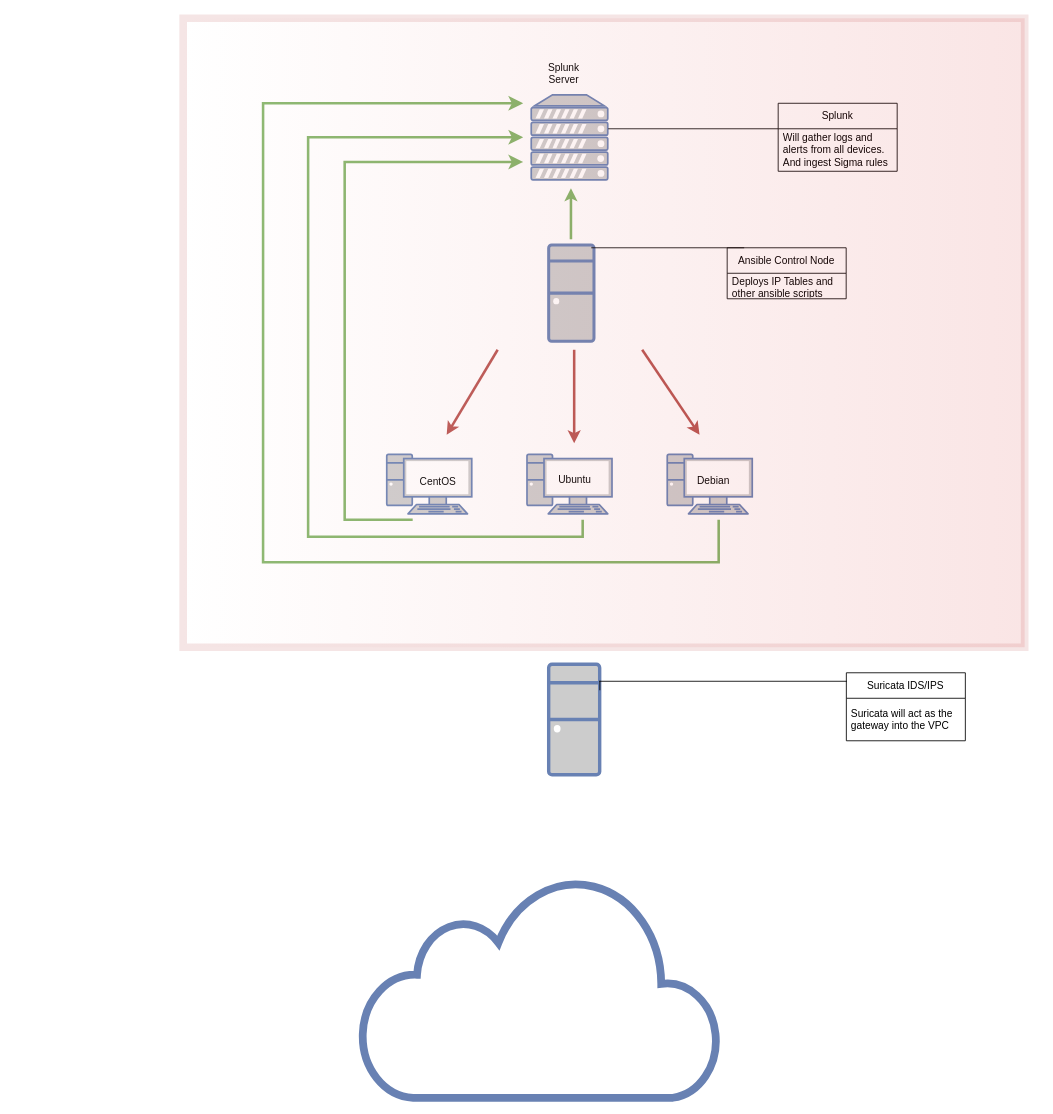
datboyblu3/TrainingGrounds keeps this draw.io diagram as Lab Diagram.drawio. Above is the earlier version. Source tidied: cells renumbered, new cells numbered last; positions are measured from the earlier drawing's top-left corner, leaving out a move shared by most shapes. Both pictures are drawn from the tidied source at 85%, with x=0, y=0 at pixel (183, 18).
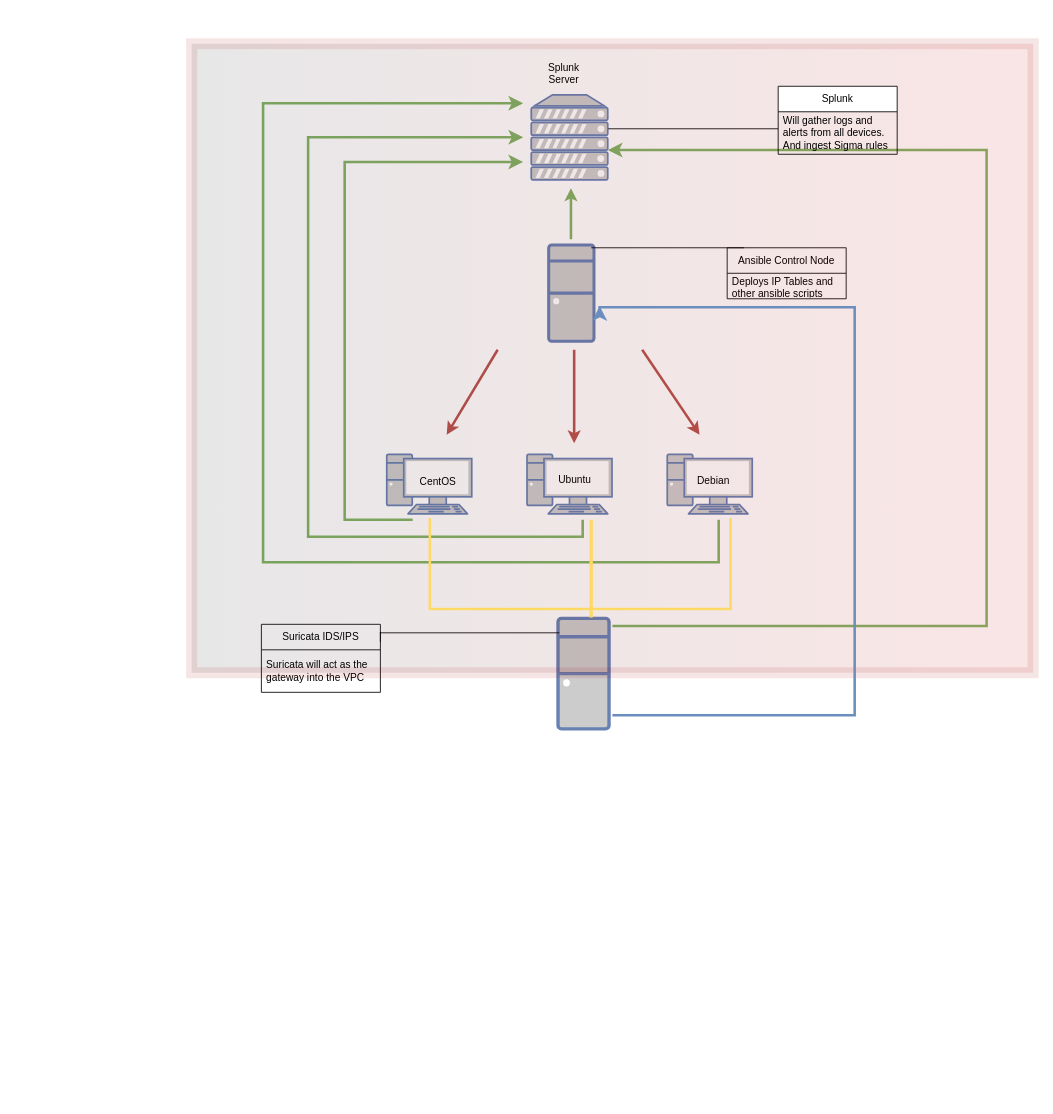
The same page after the edit.

The change refers to these unchanged cells:
```xml
<mxCell id="9" style="fontColor=#0066CC;verticalAlign=top;verticalLabelPosition=bottom;labelPosition=center;align=center;html=1;outlineConnect=0;fillColor=#CCCCCC;strokeColor=#6881B3;gradientColor=none;gradientDirection=north;strokeWidth=2;shape=mxgraph.networks.server;" parent="1" vertex="1">
  <mxGeometry x="409.5" y="90" width="90" height="100" as="geometry" />
</mxCell>
```

The edit, as a diff of the source:
```diff
@@
-    <mxCell id="2" style="group;" parent="1" vertex="1">
-      <mxGeometry x="239.5" y="513" width="430" height="70" as="geometry" />
-    </mxCell>
-    <mxCell id="3" style="fontColor=#0066CC;verticalAlign=top;verticalLabelPosition=bottom;labelPosition=center;align=center;html=1;fillColor=#CCCCCC;strokeColor=#6881B3;gradientColor=none;gradientDirection=north;strokeWidth=2;shape=mxgraph.networks.pc;" parent="2" vertex="1">
-      <mxGeometry width="100" height="70" as="geometry" />
-    </mxCell>
-    <mxCell id="4" style="fontColor=#0066CC;verticalAlign=top;verticalLabelPosition=bottom;labelPosition=center;align=center;html=1;fillColor=#CCCCCC;strokeColor=#6881B3;gradientColor=none;gradientDirection=north;strokeWidth=2;shape=mxgraph.networks.pc;" parent="2" vertex="1">
-      <mxGeometry x="330" width="100" height="70" as="geometry" />
-    </mxCell>
-    <mxCell id="5" style="fontColor=#0066CC;verticalAlign=top;verticalLabelPosition=bottom;labelPosition=center;align=center;html=1;fillColor=#CCCCCC;strokeColor=#6881B3;gradientColor=none;gradientDirection=north;strokeWidth=2;shape=mxgraph.networks.pc;" parent="2" vertex="1">
-      <mxGeometry x="165" width="100" height="70" as="geometry" />
-    </mxCell>
-    <mxCell id="6" value="CentOS" style="text;strokeColor=none;align=center;fillColor=none;html=1;verticalAlign=middle;whiteSpace=wrap;rounded=0;fontColor=#000000;" parent="2" vertex="1">
-      <mxGeometry x="30" y="17" width="60" height="30" as="geometry" />
-    </mxCell>
-    <mxCell id="7" value="Ubuntu" style="text;strokeColor=none;align=center;fillColor=none;html=1;verticalAlign=middle;whiteSpace=wrap;rounded=0;fontColor=#000000;" parent="2" vertex="1">
-      <mxGeometry x="191.5" y="15" width="60" height="30" as="geometry" />
-    </mxCell>
-    <mxCell id="8" value="Debian" style="text;strokeColor=none;align=center;fillColor=none;html=1;verticalAlign=middle;whiteSpace=wrap;rounded=0;fontColor=#000000;" parent="2" vertex="1">
-      <mxGeometry x="354" y="16" width="60" height="30" as="geometry" />
-    </mxCell>
@@
-    <mxCell id="17" value="Splunk" style="swimlane;fontStyle=0;horizontal=1;startSize=30;whiteSpace=wrap;html=1;" parent="1" vertex="1">
-      <mxGeometry x="700" y="100" width="140" height="80" as="geometry" />
-    </mxCell>
-    <mxCell id="18" value="Will gather logs and alerts from all devices. And ingest Sigma rules" style="text;strokeColor=none;fillColor=none;align=left;verticalAlign=middle;spacingLeft=4;spacingRight=4;overflow=hidden;whiteSpace=wrap;html=1;" parent="17" vertex="1">
-      <mxGeometry y="30" width="140" height="50" as="geometry" />
-    </mxCell>
@@
-    <mxCell id="21" style="html=1;fillColor=#FFFFFF;strokeColor=#6881B3;gradientColor=none;gradientDirection=north;strokeWidth=2;shape=mxgraph.networks.cloud;fontColor=#ffffff;shadow=0;" parent="1" vertex="1">
-      <mxGeometry x="210" y="1010" width="420" height="260" as="geometry" />
-    </mxCell>
@@
-    <mxCell id="28" style="group;" parent="1" vertex="1">
-      <mxGeometry x="430" y="760" width="490.2" height="130" as="geometry" />
-    </mxCell>
-    <mxCell id="29" style="fontColor=#0066CC;verticalAlign=top;verticalLabelPosition=bottom;labelPosition=center;align=center;html=1;fillColor=#CCCCCC;strokeColor=#6881B3;gradientColor=none;gradientDirection=north;strokeWidth=2;shape=mxgraph.networks.desktop_pc;shadow=0;" parent="28" vertex="1">
-      <mxGeometry width="60" height="130" as="geometry" />
+    <mxCell id="29" style="fontColor=#0066CC;verticalAlign=top;verticalLabelPosition=bottom;labelPosition=center;align=center;html=1;fillColor=#CCCCCC;strokeColor=#6881B3;gradientColor=none;gradientDirection=north;strokeWidth=2;shape=mxgraph.networks.desktop_pc;shadow=0;" parent="1" vertex="1">
+      <mxGeometry x="441" y="706" width="60" height="130" as="geometry" />
     </mxCell>
+    <mxCell id="35" style="edgeStyle=segmentEdgeStyle;endArrow=classic;html=1;curved=0;rounded=0;endSize=8;startSize=8;fillColor=#d5e8d4;strokeColor=#82b366;strokeWidth=3;" parent="1" edge="1" target="9">
+      <mxGeometry relative="1" as="geometry">
+        <mxPoint x="505" y="715" as="sourcePoint" />
+        <Array as="points">
+          <mxPoint x="945.2" y="715" />
+          <mxPoint x="945.2" y="155" />
+        </Array>
+      </mxGeometry>
+    </mxCell>
+    <mxCell id="36" style="group;" parent="1" vertex="1">
+      <mxGeometry x="-198" y="713" width="640" height="90" as="geometry" />
+    </mxCell>
-    <mxCell id="30" style="group;" parent="28" vertex="1">
-      <mxGeometry x="60.2" y="10" width="430" height="90" as="geometry" />
+    <mxCell id="30" style="group;" parent="36" vertex="1">
+      <mxGeometry width="430" height="90" as="geometry" />
     </mxCell>
@@
-    <mxCell id="33" style="shape=partialRectangle;whiteSpace=wrap;html=1;bottom=0;right=0;fillColor=none;fontColor=#000000;" parent="30" vertex="1">
-      <mxGeometry y="10" width="290" height="10" as="geometry" />
+    <mxCell id="33" style="shape=partialRectangle;whiteSpace=wrap;html=1;bottom=0;right=0;fillColor=none;fontColor=#000000;" parent="36" vertex="1">
+      <mxGeometry x="430" y="10" width="210" height="10" as="geometry" />
     </mxCell>
+    <mxCell id="3" style="fontColor=#0066CC;verticalAlign=top;verticalLabelPosition=bottom;labelPosition=center;align=center;html=1;fillColor=#CCCCCC;strokeColor=#6881B3;gradientColor=none;gradientDirection=north;strokeWidth=2;shape=mxgraph.networks.pc;" parent="1" vertex="1">
+      <mxGeometry x="239.5" y="513" width="100" height="70" as="geometry" />
+    </mxCell>
+    <mxCell id="4" style="fontColor=#0066CC;verticalAlign=top;verticalLabelPosition=bottom;labelPosition=center;align=center;html=1;fillColor=#CCCCCC;strokeColor=#6881B3;gradientColor=none;gradientDirection=north;strokeWidth=2;shape=mxgraph.networks.pc;" parent="1" vertex="1">
+      <mxGeometry x="569.5" y="513" width="100" height="70" as="geometry" />
+    </mxCell>
+    <mxCell id="5" style="fontColor=#0066CC;verticalAlign=top;verticalLabelPosition=bottom;labelPosition=center;align=center;html=1;fillColor=#CCCCCC;strokeColor=#6881B3;gradientColor=none;gradientDirection=north;strokeWidth=2;shape=mxgraph.networks.pc;" parent="1" vertex="1">
+      <mxGeometry x="404.5" y="513" width="100" height="70" as="geometry" />
+    </mxCell>
+    <mxCell id="6" value="CentOS" style="text;strokeColor=none;align=center;fillColor=none;html=1;verticalAlign=middle;whiteSpace=wrap;rounded=0;fontColor=#000000;" parent="1" vertex="1">
+      <mxGeometry x="269.5" y="530" width="60" height="30" as="geometry" />
+    </mxCell>
+    <mxCell id="7" value="Ubuntu" style="text;strokeColor=none;align=center;fillColor=none;html=1;verticalAlign=middle;whiteSpace=wrap;rounded=0;fontColor=#000000;" parent="1" vertex="1">
+      <mxGeometry x="431" y="528" width="60" height="30" as="geometry" />
+    </mxCell>
+    <mxCell id="8" value="Debian" style="text;strokeColor=none;align=center;fillColor=none;html=1;verticalAlign=middle;whiteSpace=wrap;rounded=0;fontColor=#000000;" parent="1" vertex="1">
+      <mxGeometry x="593.5" y="529" width="60" height="30" as="geometry" />
+    </mxCell>
-    <mxCell id="34" style="verticalLabelPosition=bottom;verticalAlign=top;html=1;shape=mxgraph.basic.rect;fillColor2=none;strokeWidth=9;size=20;indent=5;shadow=0;strokeColor=#990000;fillColor=default;gradientColor=#CC0000;gradientDirection=east;perimeterSpacing=0;opacity=10;" parent="1" vertex="1">
-      <mxGeometry width="990" height="740" as="geometry" />
+    <mxCell id="34" style="verticalLabelPosition=bottom;verticalAlign=top;html=1;shape=mxgraph.basic.rect;fillColor2=none;strokeWidth=13;size=20;indent=5;shadow=0;strokeColor=#990000;fillColor=#18141D;gradientColor=#CC0000;gradientDirection=east;perimeterSpacing=9;opacity=10;" parent="1" vertex="1">
+      <mxGeometry x="10" y="30" width="990" height="740" as="geometry" />
     </mxCell>
+    <mxCell id="17" value="Splunk" style="swimlane;fontStyle=0;horizontal=1;startSize=30;whiteSpace=wrap;html=1;" parent="1" vertex="1">
+      <mxGeometry x="700" y="80" width="140" height="80" as="geometry" />
+    </mxCell>
+    <mxCell id="18" value="Will gather logs and alerts from all devices. And ingest Sigma rules" style="text;strokeColor=none;fillColor=none;align=left;verticalAlign=middle;spacingLeft=4;spacingRight=4;overflow=hidden;whiteSpace=wrap;html=1;" parent="17" vertex="1">
+      <mxGeometry y="30" width="140" height="50" as="geometry" />
+    </mxCell>
+    <mxCell id="37" style="strokeWidth=3;html=1;shape=mxgraph.flowchart.annotation_1;align=left;shadow=0;strokeColor=#FFD966;fillColor=default;gradientColor=none;gradientDirection=east;rotation=-90;" parent="1" vertex="1">
+      <mxGeometry x="413.5" y="464.5" width="107.2" height="353.8" as="geometry" />
+    </mxCell>
+    <mxCell id="38" style="endArrow=none;html=1;rounded=0;strokeWidth=4;strokeColor=#FFD966;" parent="1" edge="1">
+      <mxGeometry relative="1" as="geometry">
+        <mxPoint x="480" y="705" as="sourcePoint" />
+        <mxPoint x="480" y="590" as="targetPoint" />
+      </mxGeometry>
+    </mxCell>
+    <mxCell id="39" style="edgeStyle=segmentEdgeStyle;endArrow=classic;html=1;curved=0;rounded=0;endSize=8;startSize=8;strokeColor=#6c8ebf;strokeWidth=3;entryX=0.485;entryY=0.419;entryDx=0;entryDy=0;entryPerimeter=0;fillColor=#dae8fc;fontColor=#7EA6E0;" parent="1" edge="1" target="34">
+      <mxGeometry relative="1" as="geometry">
+        <mxPoint x="505" y="820" as="sourcePoint" />
+        <Array as="points">
+          <mxPoint x="790" y="820" />
+          <mxPoint x="790" y="340" />
+        </Array>
+      </mxGeometry>
+    </mxCell>
```
